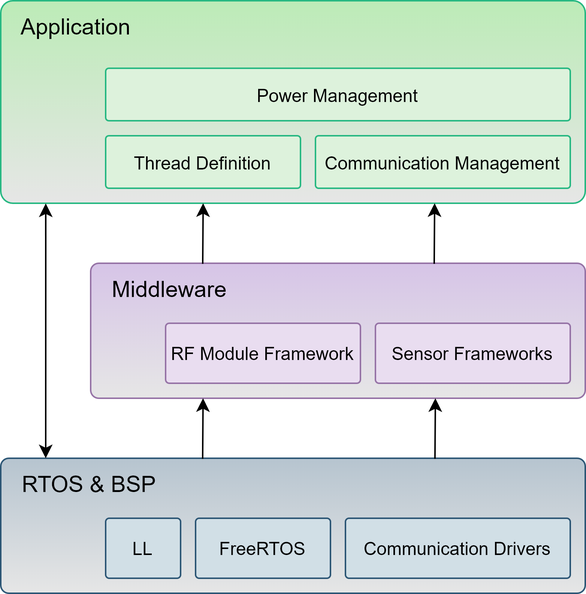
Before: 2. Analysis/4. Software Architecture/software_architecture_remote.png, a diagram exported from draw.io (esrg-silent-howl/zephyrus). Source tidied: cells renumbered, new cells last; positions are measured from the earlier drawing's top-left corner, leaving out a move shared by most shapes.
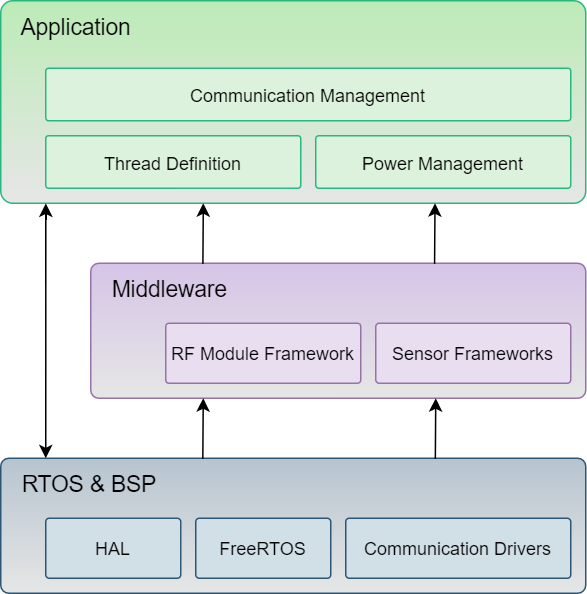
The same diagram one commit later.

The edit, as a diff of the source:
```diff
@@ -18,16 +18,16 @@
       <mxGeometry x="130" y="345" width="90" height="40" as="geometry" />
     </mxCell>
     <mxCell id="7" value="&lt;font style=&quot;font-size: 12px&quot;&gt;Communication Management&lt;/font&gt;" style="rounded=1;whiteSpace=wrap;html=1;align=center;verticalAlign=middle;arcSize=6;strokeColor=#27B882;fillColor=#DDF2DC;" parent="1" vertex="1">
-      <mxGeometry x="210" y="90" width="170" height="35" as="geometry" />
+      <mxGeometry x="30" y="45" width="350" height="35" as="geometry" />
     </mxCell>
     <mxCell id="8" value="RF Module Framework" style="rounded=1;whiteSpace=wrap;html=1;align=center;verticalAlign=middle;arcSize=6;strokeColor=#9673a6;fillColor=#E9DDF0;" parent="1" vertex="1">
       <mxGeometry x="110" y="215" width="130" height="40" as="geometry" />
     </mxCell>
     <mxCell id="9" value="Thread Definition" style="rounded=1;whiteSpace=wrap;html=1;align=center;verticalAlign=middle;arcSize=6;strokeColor=#27B882;fillColor=#DDF2DC;" parent="1" vertex="1">
-      <mxGeometry x="70" y="90" width="130" height="35" as="geometry" />
+      <mxGeometry x="30" y="90" width="170" height="35" as="geometry" />
     </mxCell>
     <mxCell id="10" value="Power Management" style="rounded=1;whiteSpace=wrap;html=1;align=center;verticalAlign=middle;arcSize=6;strokeColor=#27B882;fillColor=#DDF2DC;" parent="1" vertex="1">
-      <mxGeometry x="70" y="45" width="310" height="35" as="geometry" />
+      <mxGeometry x="210" y="90" width="170" height="35" as="geometry" />
     </mxCell>
     <mxCell id="11" style="rounded=0;orthogonalLoop=1;jettySize=auto;html=1;startArrow=classic;startFill=1;fontSize=16;endArrow=none;endFill=0;entryX=0.249;entryY=0.004;entryDx=0;entryDy=0;entryPerimeter=0;" parent="1" edge="1">
       <mxGeometry relative="1" as="geometry">
@@ -58,8 +58,8 @@
         <mxPoint x="289.2" y="175.4" as="targetPoint" />
       </mxGeometry>
     </mxCell>
-    <mxCell id="16" value="LL" style="rounded=1;whiteSpace=wrap;html=1;align=center;verticalAlign=middle;arcSize=6;strokeColor=#2C5675;fillColor=#D1DFE6;" parent="1" vertex="1">
-      <mxGeometry x="70" y="345" width="50" height="40" as="geometry" />
+    <mxCell id="16" value="HAL" style="rounded=1;whiteSpace=wrap;html=1;align=center;verticalAlign=middle;arcSize=6;strokeColor=#2C5675;fillColor=#D1DFE6;" parent="1" vertex="1">
+      <mxGeometry x="30" y="345" width="90" height="40" as="geometry" />
     </mxCell>
     <mxCell id="17" value="Sensor Frameworks" style="rounded=1;whiteSpace=wrap;html=1;align=center;verticalAlign=middle;arcSize=6;strokeColor=#9673a6;fillColor=#E9DDF0;" parent="1" vertex="1">
       <mxGeometry x="250" y="215" width="130" height="40" as="geometry" />
```
